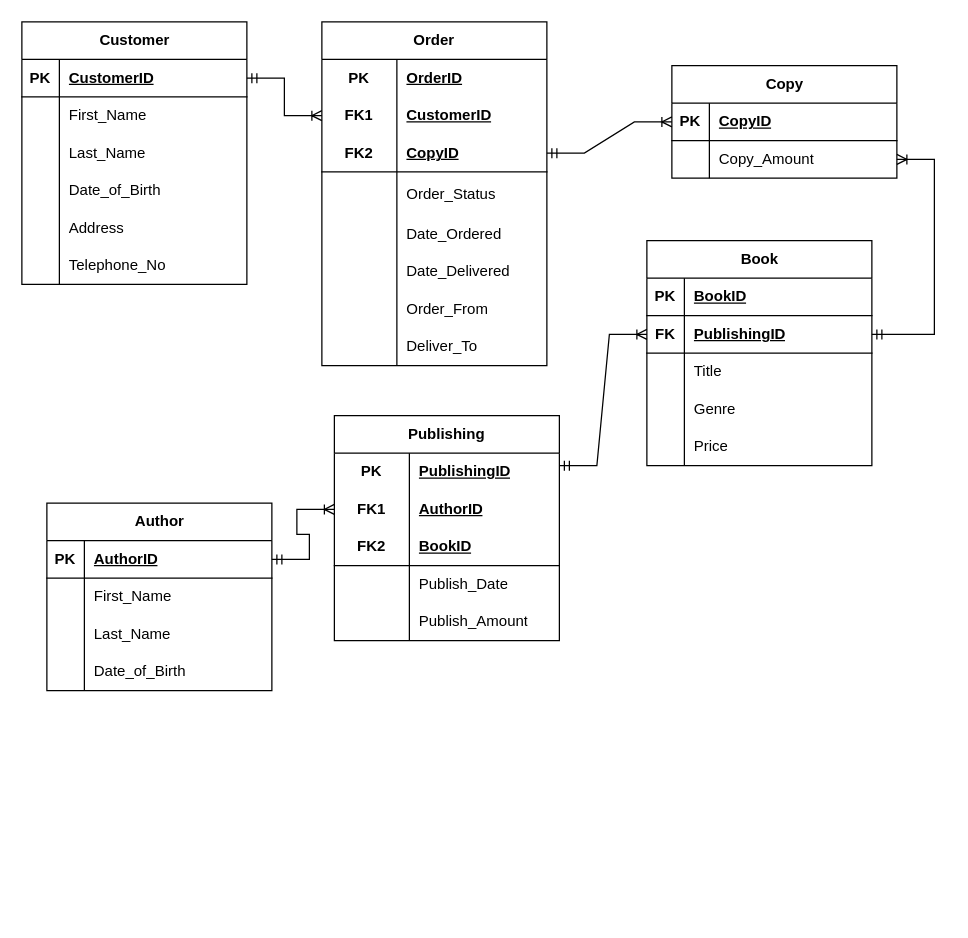
Before: page "Page-1" (1 of 2) of Untitled Diagram.drawio in vex3d/entity-relationship-case-study, a draw.io diagram. Source tidied: cells renumbered, new cells numbered last; positions are measured from the earlier drawing's top-left corner, leaving out a move shared by most shapes. Both pictures are drawn from the tidied source at 125%, with x=0, y=0 at pixel (21, 21).
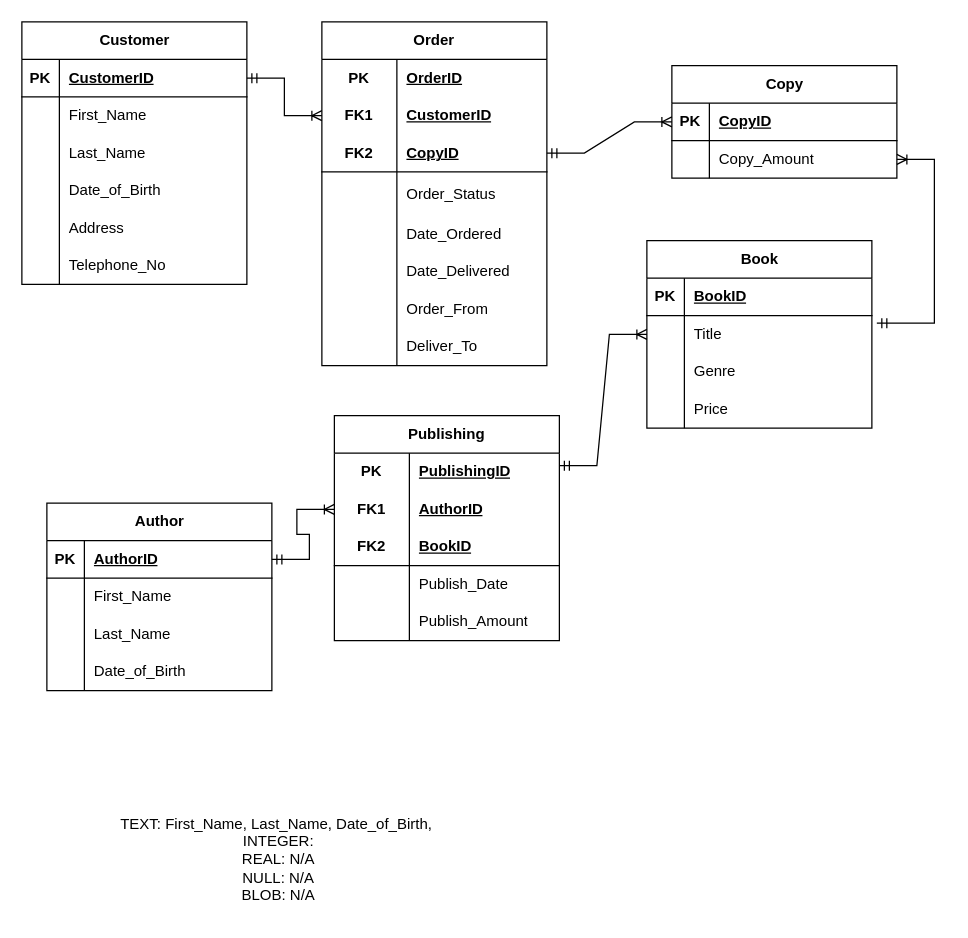
The same diagram, later.

Unchanged cells that the change refers to:
```xml
<mxCell id="97" style="shape=tableRow;horizontal=0;startSize=0;swimlaneHead=0;swimlaneBody=0;fillColor=none;points=[[0,0.5],[1,0.5]];portConstraint=eastwest;top=0;left=0;right=0;bottom=0;" parent="93" vertex="1">
  <mxGeometry y="60" width="180" height="30" as="geometry" />
</mxCell>
```

What changed in the source:
```diff
@@
     <mxCell id="21" value="Book" style="shape=table;startSize=30;childLayout=tableLayout;rowLines=0;fontStyle=1;align=center;html=1;" parent="1" vertex="1">
-      <mxGeometry x="500" y="175" width="180" height="180" as="geometry" />
+      <mxGeometry x="500" y="175" width="180" height="150" as="geometry" />
     </mxCell>
@@
-    <mxCell id="25" style="shape=tableRow;horizontal=0;startSize=0;swimlaneHead=0;swimlaneBody=0;fillColor=none;points=[[0,0.5],[1,0.5]];portConstraint=eastwest;top=0;left=0;right=0;bottom=1;" parent="21" vertex="1">
-      <mxGeometry y="60" width="180" height="30" as="geometry" />
-    </mxCell>
-    <mxCell id="26" value="FK" style="shape=partialRectangle;fillColor=none;top=0;left=0;bottom=0;right=0;fontStyle=1;overflow=hidden;whiteSpace=wrap;html=1;" parent="25" vertex="1">
-      <mxGeometry width="30" height="30" as="geometry" />
-    </mxCell>
-    <mxCell id="27" value="PublishingID" style="shape=partialRectangle;fillColor=none;top=0;left=0;bottom=0;right=0;align=left;spacingLeft=6;fontStyle=5;overflow=hidden;whiteSpace=wrap;html=1;" parent="25" vertex="1">
-      <mxGeometry x="30" width="150" height="30" as="geometry" />
-    </mxCell>
     <mxCell id="28" style="shape=tableRow;horizontal=0;startSize=0;swimlaneHead=0;swimlaneBody=0;fillColor=none;points=[[0,0.5],[1,0.5]];portConstraint=eastwest;top=0;left=0;right=0;bottom=0;" parent="21" vertex="1">
-      <mxGeometry y="90" width="180" height="30" as="geometry" />
+      <mxGeometry y="60" width="180" height="30" as="geometry" />
     </mxCell>
@@
     <mxCell id="31" style="shape=tableRow;horizontal=0;startSize=0;swimlaneHead=0;swimlaneBody=0;fillColor=none;top=0;left=0;right=0;bottom=0;" parent="21" vertex="1">
-      <mxGeometry y="120" width="180" height="30" as="geometry" />
+      <mxGeometry y="90" width="180" height="30" as="geometry" />
     </mxCell>
@@
     <mxCell id="34" style="shape=tableRow;horizontal=0;startSize=0;swimlaneHead=0;swimlaneBody=0;fillColor=none;top=0;left=0;right=0;bottom=0;" parent="21" vertex="1">
-      <mxGeometry y="150" width="180" height="30" as="geometry" />
+      <mxGeometry y="120" width="180" height="30" as="geometry" />
     </mxCell>
@@
-    <mxCell id="100" style="edgeStyle=entityRelationEdgeStyle;fontSize=12;html=1;endArrow=ERoneToMany;startArrow=ERmandOne;rounded=0;exitX=1;exitY=0.5;exitDx=0;exitDy=0;" parent="1" edge="1" source="25" target="97">
+    <mxCell id="100" style="edgeStyle=entityRelationEdgeStyle;fontSize=12;html=1;endArrow=ERoneToMany;startArrow=ERmandOne;rounded=0;exitX=1.022;exitY=0.2;exitDx=0;exitDy=0;exitPerimeter=0;" parent="1" edge="1" source="28" target="97">
       <mxGeometry relative="1" as="geometry" />
     </mxCell>
@@
-    <mxCell id="102" style="edgeStyle=entityRelationEdgeStyle;fontSize=12;html=1;endArrow=ERoneToMany;startArrow=ERmandOne;rounded=0;entryX=0;entryY=0.5;entryDx=0;entryDy=0;" parent="1" edge="1" target="25">
+    <mxCell id="102" style="edgeStyle=entityRelationEdgeStyle;fontSize=12;html=1;endArrow=ERoneToMany;startArrow=ERmandOne;rounded=0;entryX=0;entryY=0.5;entryDx=0;entryDy=0;" parent="1" edge="1">
       <mxGeometry relative="1" as="geometry">
         <mxPoint x="430" y="355" as="sourcePoint" />
+        <mxPoint x="500" y="250" as="targetPoint" />
       </mxGeometry>
     </mxCell>
+    <mxCell id="103" value="TEXT: First_Name, Last_Name, Date_of_Birth,&amp;nbsp;&lt;div&gt;INTEGER:&lt;/div&gt;&lt;div&gt;REAL: N/A&lt;/div&gt;&lt;div&gt;NULL: N/A&lt;/div&gt;&lt;div&gt;BLOB: N/A&lt;/div&gt;" style="text;html=1;align=center;verticalAlign=middle;strokeColor=none;fillColor=none;" parent="1" vertex="1">
+      <mxGeometry x="65" y="625" width="280" height="90" as="geometry" />
+    </mxCell>
```
